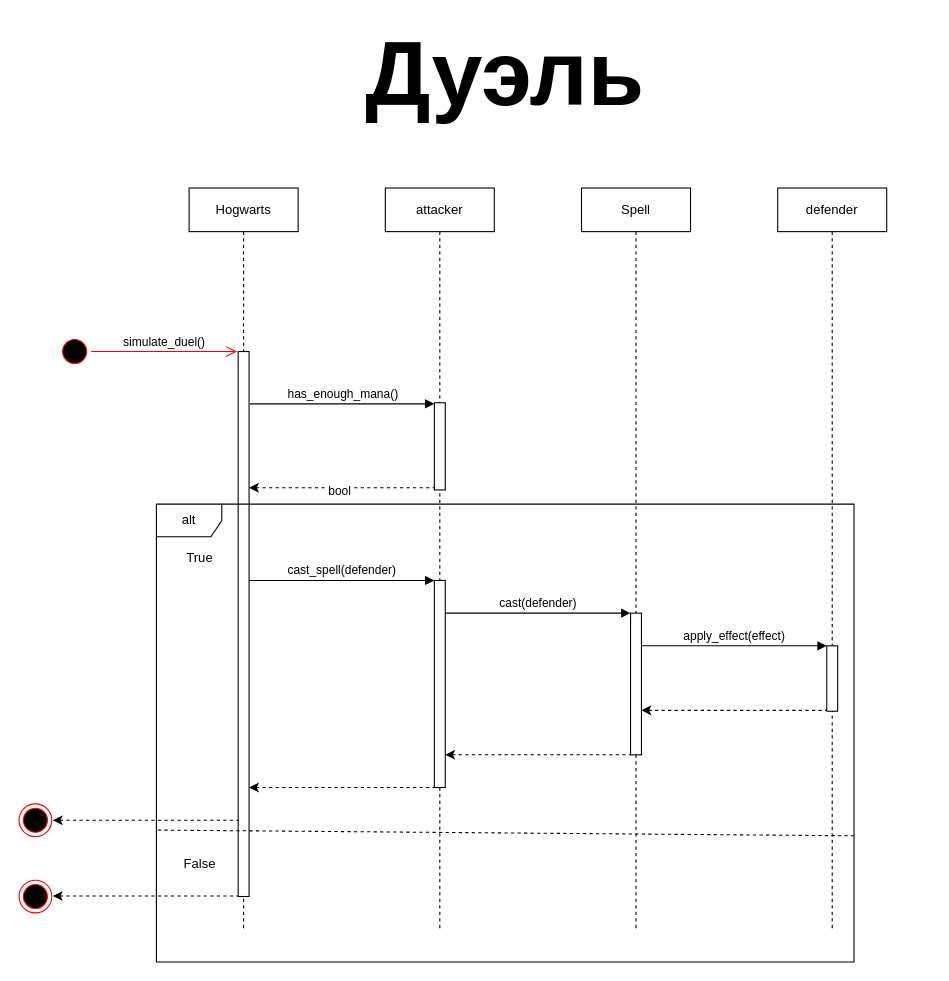
The draw.io diagram hw_4/task4/SequenceDiagrammaTask4.drawio in yvi7693/oop_practices, before the edit. Source tidied: cells renumbered, new cells numbered last; positions are measured from the earlier drawing's top-left corner, leaving out a move shared by most shapes. Both pictures are drawn from the tidied source at 109%, with x=0, y=0 at pixel (19, 57).
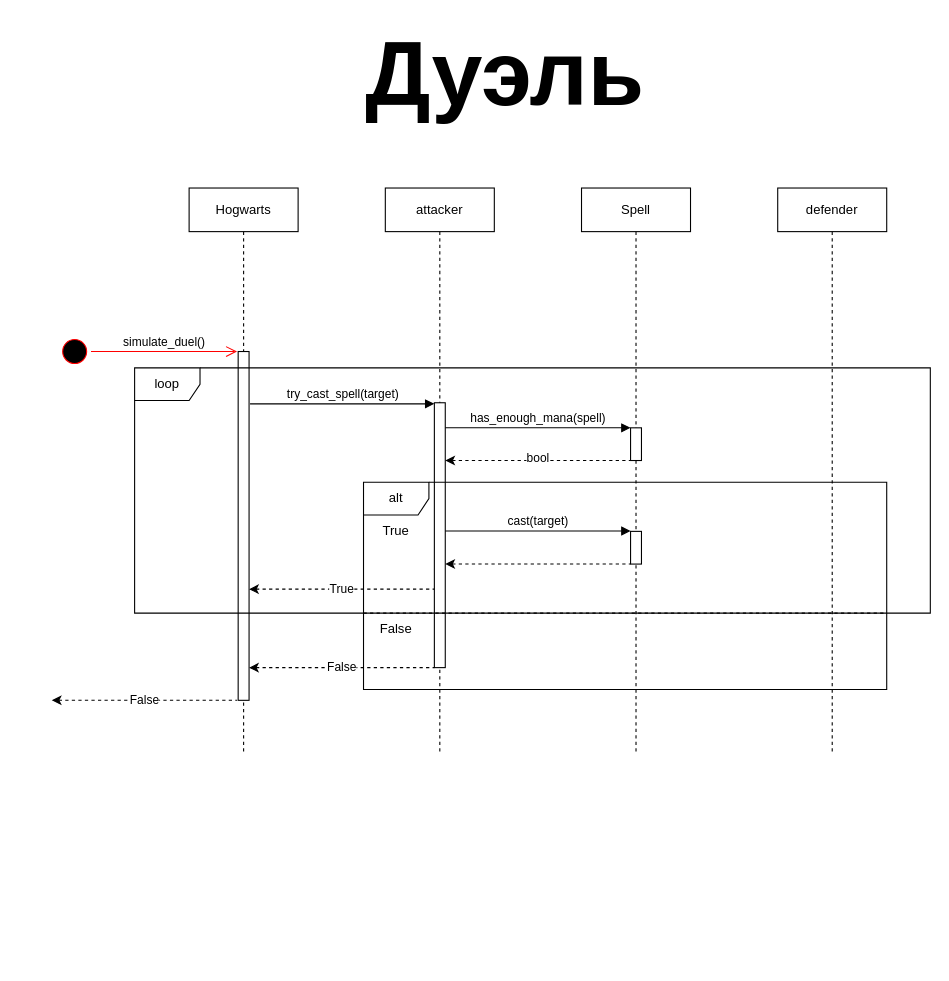
Above is the later version.

Commit message (it also covers changes not shown here):
агрегирована функция try_cast_spell()

Diff of the diagram source:
```diff
@@
     <mxCell id="4" value="attacker" style="shape=umlLifeline;perimeter=lifelinePerimeter;whiteSpace=wrap;html=1;newEdgeStyle={&quot;curved&quot;:0,&quot;rounded&quot;:0};" parent="1" vertex="1">
-      <mxGeometry x="336" y="120" width="100" height="680" as="geometry" />
+      <mxGeometry x="336" y="120" width="100" height="520" as="geometry" />
     </mxCell>
     <mxCell id="5" style="html=1;points=[[0,0,0,0,5],[0,1,0,0,-5],[1,0,0,0,5],[1,1,0,0,-5]];perimeter=orthogonalPerimeter;outlineConnect=0;targetShapes=umlLifeline;portConstraint=eastwest;newEdgeStyle={&quot;curved&quot;:0,&quot;rounded&quot;:0};" parent="4" vertex="1">
-      <mxGeometry x="45" y="197" width="10" height="80" as="geometry" />
+      <mxGeometry x="45" y="197" width="10" height="243" as="geometry" />
     </mxCell>
     <mxCell id="6" value="Hogwarts" style="shape=umlLifeline;perimeter=lifelinePerimeter;whiteSpace=wrap;html=1;newEdgeStyle={&quot;curved&quot;:0,&quot;rounded&quot;:0};" parent="1" vertex="1">
-      <mxGeometry x="156" y="120" width="100" height="680" as="geometry" />
+      <mxGeometry x="156" y="120" width="100" height="520" as="geometry" />
     </mxCell>
     <mxCell id="7" style="html=1;points=[[0,0,0,0,5],[0,1,0,0,-5],[1,0,0,0,5],[1,1,0,0,-5]];perimeter=orthogonalPerimeter;outlineConnect=0;targetShapes=umlLifeline;portConstraint=eastwest;newEdgeStyle={&quot;curved&quot;:0,&quot;rounded&quot;:0};" parent="6" vertex="1">
-      <mxGeometry x="45" y="150" width="10" height="500" as="geometry" />
+      <mxGeometry x="45" y="150" width="10" height="320" as="geometry" />
     </mxCell>
     <mxCell id="8" value="Spell" style="shape=umlLifeline;perimeter=lifelinePerimeter;whiteSpace=wrap;html=1;newEdgeStyle={&quot;curved&quot;:0,&quot;rounded&quot;:0};" parent="1" vertex="1">
-      <mxGeometry x="516" y="120" width="100" height="680" as="geometry" />
+      <mxGeometry x="516" y="120" width="100" height="520" as="geometry" />
     </mxCell>
     <mxCell id="9" value="defender" style="shape=umlLifeline;perimeter=lifelinePerimeter;whiteSpace=wrap;html=1;newEdgeStyle={&quot;curved&quot;:0,&quot;rounded&quot;:0};" parent="1" vertex="1">
-      <mxGeometry x="696" y="120" width="100" height="680" as="geometry" />
+      <mxGeometry x="696" y="120" width="100" height="520" as="geometry" />
     </mxCell>
-    <mxCell id="10" style="html=1;perimeter=orthogonalPerimeter;targetShapes=umlLifeline;newEdgeStyle={&quot;curved&quot;:0,&quot;rounded&quot;:0};" parent="9" vertex="1">
-      <mxGeometry x="45" y="420" width="10" height="60" as="geometry" />
-    </mxCell>
     <mxCell id="11" value="alt" style="shape=umlFrame;whiteSpace=wrap;html=1;" parent="1" vertex="1">
-      <mxGeometry x="126" y="410" width="640" height="420" as="geometry" />
+      <mxGeometry x="316" y="390" width="480" height="190" as="geometry" />
     </mxCell>
-    <mxCell id="12" style="endArrow=none;dashed=1;html=1;rounded=0;exitX=0.002;exitY=0.712;exitDx=0;exitDy=0;exitPerimeter=0;entryX=1;entryY=0.495;entryDx=0;entryDy=0;entryPerimeter=0;" parent="1" edge="1" source="11">
+    <mxCell id="12" style="endArrow=none;dashed=1;html=1;rounded=0;" parent="1" edge="1">
       <mxGeometry relative="1" as="geometry">
-        <mxPoint x="766" y="714.3" as="targetPoint" />
+        <mxPoint x="316" y="510" as="sourcePoint" />
+        <mxPoint x="795" y="510" as="targetPoint" />
       </mxGeometry>
     </mxCell>
@@
-    <mxCell id="14" value="has_enough_mana()" style="html=1;verticalAlign=bottom;endArrow=block;curved=0;rounded=0;" parent="1" edge="1" target="5">
+    <mxCell id="14" value="try_cast_spell(target)" style="html=1;verticalAlign=bottom;endArrow=block;curved=0;rounded=0;" parent="1" edge="1" target="5">
       <mxGeometry relative="1" as="geometry">
         <mxPoint x="211.9" y="318" as="sourcePoint" />
         <Array as="points">
           <mxPoint x="252" y="318" />
           <mxPoint x="302" y="318" />
         </Array>
       </mxGeometry>
     </mxCell>
-    <mxCell id="15" style="endArrow=none;endFill=0;endSize=12;html=1;rounded=0;startArrow=classic;startFill=1;dashed=1;" parent="1" edge="1" source="7">
-      <mxGeometry relative="1" as="geometry">
-        <mxPoint x="381" y="395" as="targetPoint" />
-      </mxGeometry>
-    </mxCell>
+    <mxCell id="31" value="loop" style="shape=umlFrame;whiteSpace=wrap;html=1;" parent="1" vertex="1">
+      <mxGeometry x="106" y="285" width="730" height="225" as="geometry" />
+    </mxCell>
+    <mxCell id="32" value="has_enough_mana(spell)" style="html=1;verticalAlign=bottom;endArrow=block;curved=0;rounded=0;" parent="1" edge="1" target="33">
+      <mxGeometry relative="1" as="geometry">
+        <mxPoint x="391" y="340" as="sourcePoint" />
+        <Array as="points">
+          <mxPoint x="431.1" y="340" />
+          <mxPoint x="481.1" y="340" />
+        </Array>
+      </mxGeometry>
+    </mxCell>
+    <mxCell id="33" style="html=1;points=[[0,0,0,0,5],[0,1,0,0,-5],[1,0,0,0,5],[1,1,0,0,-5]];perimeter=orthogonalPerimeter;outlineConnect=0;targetShapes=umlLifeline;portConstraint=eastwest;newEdgeStyle={&quot;curved&quot;:0,&quot;rounded&quot;:0};" parent="1" vertex="1">
+      <mxGeometry x="561" y="340" width="10" height="30" as="geometry" />
+    </mxCell>
+    <mxCell id="34" style="endArrow=none;endFill=0;endSize=12;html=1;rounded=0;startArrow=classic;startFill=1;dashed=1;" parent="1" edge="1">
+      <mxGeometry relative="1" as="geometry">
+        <mxPoint x="391" y="370" as="sourcePoint" />
+        <mxPoint x="561" y="370" as="targetPoint" />
+      </mxGeometry>
+    </mxCell>
-    <mxCell id="16" value="bool" style="edgeLabel;html=1;align=center;verticalAlign=middle;" parent="15" vertex="1">
-      <mxGeometry x="-0.03" y="-2" relative="1" as="geometry" />
+    <mxCell id="16" value="bool" style="edgeLabel;html=1;align=center;verticalAlign=middle;" parent="34" vertex="1">
+      <mxGeometry x="-0.23" y="3" relative="1" as="geometry">
+        <mxPoint x="19" as="offset" />
+      </mxGeometry>
     </mxCell>
     <mxCell id="17" value="True" style="text;html=1;whiteSpace=wrap;strokeColor=none;fillColor=none;align=center;verticalAlign=middle;rounded=0;" parent="1" vertex="1">
-      <mxGeometry x="136" y="445" width="60" height="30" as="geometry" />
+      <mxGeometry x="316" y="420" width="60" height="30" as="geometry" />
     </mxCell>
+    <mxCell id="35" value="cast(target)" style="html=1;verticalAlign=bottom;endArrow=block;curved=0;rounded=0;" parent="1" edge="1">
+      <mxGeometry relative="1" as="geometry">
+        <mxPoint x="391" y="434.6" as="sourcePoint" />
+        <mxPoint x="561" y="434.6" as="targetPoint" />
+        <Array as="points">
+          <mxPoint x="431.1" y="434.6" />
+          <mxPoint x="481.1" y="434.6" />
+        </Array>
+      </mxGeometry>
+    </mxCell>
+    <mxCell id="36" style="html=1;perimeter=orthogonalPerimeter;targetShapes=umlLifeline;newEdgeStyle={&quot;curved&quot;:0,&quot;rounded&quot;:0};" parent="1" vertex="1">
+      <mxGeometry x="561" y="435" width="10" height="30" as="geometry" />
+    </mxCell>
+    <mxCell id="37" style="endArrow=none;endFill=0;endSize=12;html=1;rounded=0;startArrow=classic;startFill=1;dashed=1;" parent="1" edge="1">
+      <mxGeometry relative="1" as="geometry">
+        <mxPoint x="391" y="465" as="sourcePoint" />
+        <mxPoint x="561" y="465" as="targetPoint" />
+      </mxGeometry>
+    </mxCell>
+    <mxCell id="38" value="True" style="endArrow=none;endFill=0;endSize=12;html=1;rounded=0;startArrow=classic;startFill=1;dashed=1;" parent="1" edge="1">
+      <mxGeometry relative="1" as="geometry">
+        <mxPoint x="211" y="488" as="sourcePoint" />
+        <mxPoint x="381" y="488" as="targetPoint" />
+      </mxGeometry>
+    </mxCell>
+    <mxCell id="39" value="False" style="endArrow=none;endFill=0;endSize=12;html=1;rounded=0;startArrow=classic;startFill=1;dashed=1;" parent="1" edge="1">
+      <mxGeometry relative="1" as="geometry">
+        <mxPoint x="211" y="560" as="sourcePoint" />
+        <mxPoint x="381" y="560" as="targetPoint" />
+      </mxGeometry>
+    </mxCell>
     <mxCell id="18" value="False" style="text;html=1;whiteSpace=wrap;strokeColor=none;fillColor=none;align=center;verticalAlign=middle;rounded=0;" parent="1" vertex="1">
-      <mxGeometry x="136" y="725" width="60" height="30" as="geometry" />
+      <mxGeometry x="316" y="510" width="60" height="30" as="geometry" />
     </mxCell>
-    <mxCell id="19" value="cast_spell(defender)" style="html=1;verticalAlign=bottom;endArrow=block;curved=0;rounded=0;" parent="1" edge="1" target="20">
-      <mxGeometry relative="1" as="geometry">
-        <mxPoint x="211" y="480" as="sourcePoint" />
-        <Array as="points">
-          <mxPoint x="251.1" y="480" />
-          <mxPoint x="301.1" y="480" />
-        </Array>
-      </mxGeometry>
-    </mxCell>
-    <mxCell id="20" style="html=1;points=[[0,0,0,0,5],[0,1,0,0,-5],[1,0,0,0,5],[1,1,0,0,-5]];perimeter=orthogonalPerimeter;outlineConnect=0;targetShapes=umlLifeline;portConstraint=eastwest;newEdgeStyle={&quot;curved&quot;:0,&quot;rounded&quot;:0};" parent="1" vertex="1">
-      <mxGeometry x="381" y="480" width="10" height="190" as="geometry" />
-    </mxCell>
-    <mxCell id="21" value="cast(defender)" style="html=1;verticalAlign=bottom;endArrow=block;curved=0;rounded=0;" parent="1" edge="1">
-      <mxGeometry relative="1" as="geometry">
-        <mxPoint x="391" y="510" as="sourcePoint" />
-        <mxPoint x="561" y="510" as="targetPoint" />
-        <Array as="points">
-          <mxPoint x="431.1" y="510" />
-          <mxPoint x="481.1" y="510" />
-        </Array>
-      </mxGeometry>
-    </mxCell>
-    <mxCell id="22" style="html=1;perimeter=orthogonalPerimeter;targetShapes=umlLifeline;newEdgeStyle={&quot;curved&quot;:0,&quot;rounded&quot;:0};" parent="1" vertex="1">
-      <mxGeometry x="561" y="510" width="10" height="130" as="geometry" />
-    </mxCell>
-    <mxCell id="23" value="apply_effect(effect)" style="html=1;verticalAlign=bottom;endArrow=block;curved=0;rounded=0;" parent="1" edge="1">
-      <mxGeometry relative="1" as="geometry">
-        <mxPoint x="571" y="540" as="sourcePoint" />
-        <mxPoint x="741" y="540" as="targetPoint" />
-        <Array as="points">
-          <mxPoint x="611.1" y="540" />
-          <mxPoint x="661.1" y="540" />
-        </Array>
-      </mxGeometry>
-    </mxCell>
-    <mxCell id="24" style="endArrow=none;endFill=0;endSize=12;html=1;rounded=0;startArrow=classic;startFill=1;dashed=1;" parent="1" edge="1">
-      <mxGeometry relative="1" as="geometry">
-        <mxPoint x="571" y="599.2" as="sourcePoint" />
-        <mxPoint x="741" y="599.2" as="targetPoint" />
-      </mxGeometry>
-    </mxCell>
-    <mxCell id="25" style="endArrow=none;endFill=0;endSize=12;html=1;rounded=0;startArrow=classic;startFill=1;dashed=1;" parent="1" edge="1">
-      <mxGeometry relative="1" as="geometry">
-        <mxPoint x="391" y="640" as="sourcePoint" />
-        <mxPoint x="561" y="640" as="targetPoint" />
-      </mxGeometry>
-    </mxCell>
-    <mxCell id="26" style="endArrow=none;endFill=0;endSize=12;html=1;rounded=0;startArrow=classic;startFill=1;dashed=1;" parent="1" edge="1">
-      <mxGeometry relative="1" as="geometry">
-        <mxPoint x="211" y="670" as="sourcePoint" />
-        <mxPoint x="381" y="670" as="targetPoint" />
-      </mxGeometry>
-    </mxCell>
-    <mxCell id="27" style="endArrow=none;endFill=0;endSize=12;html=1;rounded=0;startArrow=classic;startFill=1;dashed=1;" parent="1" edge="1">
-      <mxGeometry relative="1" as="geometry">
-        <mxPoint x="31" y="700" as="sourcePoint" />
-        <mxPoint x="201" y="700" as="targetPoint" />
-      </mxGeometry>
-    </mxCell>
-    <mxCell id="28" style="endArrow=none;endFill=0;endSize=12;html=1;rounded=0;startArrow=classic;startFill=1;dashed=1;" parent="1" edge="1">
-      <mxGeometry relative="1" as="geometry">
-        <mxPoint x="31" y="769.5" as="sourcePoint" />
-        <mxPoint x="201" y="769.5" as="targetPoint" />
-      </mxGeometry>
-    </mxCell>
-    <mxCell id="29" style="ellipse;html=1;shape=endState;fillColor=#000000;strokeColor=#ff0000;" parent="1" vertex="1">
-      <mxGeometry y="685" width="30" height="30" as="geometry" />
-    </mxCell>
-    <mxCell id="30" style="ellipse;html=1;shape=endState;fillColor=#000000;strokeColor=#ff0000;" parent="1" vertex="1">
-      <mxGeometry y="755" width="30" height="30" as="geometry" />
-    </mxCell>
+    <mxCell id="40" value="False" style="endArrow=none;endFill=0;endSize=12;html=1;rounded=0;startArrow=classic;startFill=1;dashed=1;" parent="1" edge="1">
+      <mxGeometry relative="1" as="geometry">
+        <mxPoint x="30" y="590" as="sourcePoint" />
+        <mxPoint x="200" y="590" as="targetPoint" />
+      </mxGeometry>
+    </mxCell>
```
